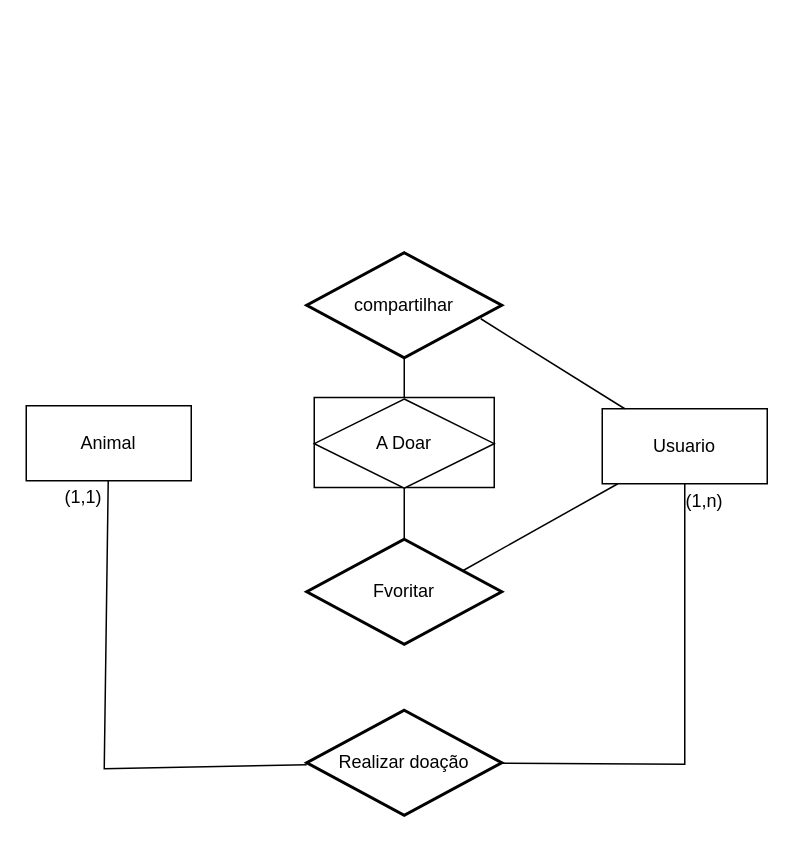
JoaoGans/DRAW.tcc keeps this draw.io diagram as Diagrama DER.drawio. Above is the earlier version. Source tidied: cells renumbered, new cells numbered last; positions are measured from the earlier drawing's top-left corner, leaving out a move shared by most shapes. Both pictures are drawn from the tidied source at 150%, with x=0, y=0 at pixel (26, 26).
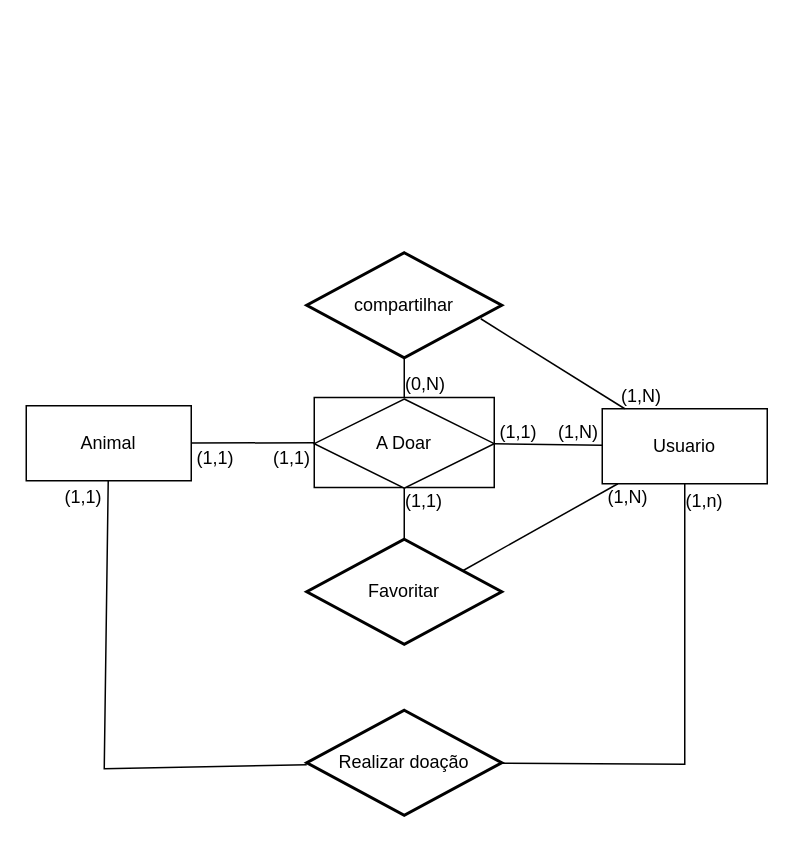
The same diagram, later.

Unchanged cells that the change refers to:
```xml
<mxCell id="2" value="Animal" style="html=1;whiteSpace=wrap;" parent="1" vertex="1">
  <mxGeometry y="253" width="110" height="50" as="geometry" />
</mxCell>
<mxCell id="3" value="Usuario" style="html=1;whiteSpace=wrap;" parent="1" vertex="1">
  <mxGeometry x="384" y="255" width="110" height="50" as="geometry" />
</mxCell>
<mxCell id="10" style="rounded=0;whiteSpace=wrap;html=1;" parent="1" vertex="1">
  <mxGeometry x="192" y="247.5" width="120" height="60" as="geometry" />
</mxCell>
```

The edit, as a diff of the source:
```diff
@@
-    <mxCell id="13" value="Fvoritar" style="strokeWidth=2;html=1;shape=mxgraph.flowchart.decision;whiteSpace=wrap;" parent="1" vertex="1">
+    <mxCell id="13" value="Favoritar" style="strokeWidth=2;html=1;shape=mxgraph.flowchart.decision;whiteSpace=wrap;" parent="1" vertex="1">
       <mxGeometry x="187" y="342" width="130" height="70" as="geometry" />
     </mxCell>
@@
+    <mxCell id="18" style="endArrow=none;html=1;rounded=0;" parent="1" edge="1" source="2" target="10">
+      <mxGeometry relative="1" as="geometry" />
+    </mxCell>
+    <mxCell id="19" value="(1,1)" style="text;whiteSpace=wrap;html=1;" parent="1" vertex="1">
+      <mxGeometry x="112" y="274" width="53" height="36" as="geometry" />
+    </mxCell>
+    <mxCell id="20" value="(1,1)" style="text;whiteSpace=wrap;html=1;" parent="1" vertex="1">
+      <mxGeometry x="163" y="274" width="53" height="36" as="geometry" />
+    </mxCell>
+    <mxCell id="21" value="(1,N)" style="text;whiteSpace=wrap;html=1;" parent="1" vertex="1">
+      <mxGeometry x="353" y="257" width="31" height="22" as="geometry" />
+    </mxCell>
+    <mxCell id="22" style="endArrow=none;html=1;rounded=0;" parent="1" edge="1" source="3" target="10">
+      <mxGeometry relative="1" as="geometry" />
+    </mxCell>
+    <mxCell id="23" value="(1,1)" style="text;whiteSpace=wrap;html=1;" parent="1" vertex="1">
+      <mxGeometry x="314" y="257" width="28" height="22" as="geometry" />
+    </mxCell>
+    <mxCell id="24" value="(1,N)" style="text;whiteSpace=wrap;html=1;" parent="1" vertex="1">
+      <mxGeometry x="395" y="233" width="55" height="36" as="geometry" />
+    </mxCell>
+    <mxCell id="25" value="(0,N)" style="text;whiteSpace=wrap;html=1;" parent="1" vertex="1">
+      <mxGeometry x="251" y="225" width="55" height="36" as="geometry" />
+    </mxCell>
+    <mxCell id="26" value="(1,N)" style="text;whiteSpace=wrap;html=1;" parent="1" vertex="1">
+      <mxGeometry x="386" y="300" width="41" height="36" as="geometry" />
+    </mxCell>
+    <mxCell id="27" value="(1,1)" style="text;whiteSpace=wrap;html=1;" parent="1" vertex="1">
+      <mxGeometry x="251" y="303" width="53" height="36" as="geometry" />
+    </mxCell>
```
